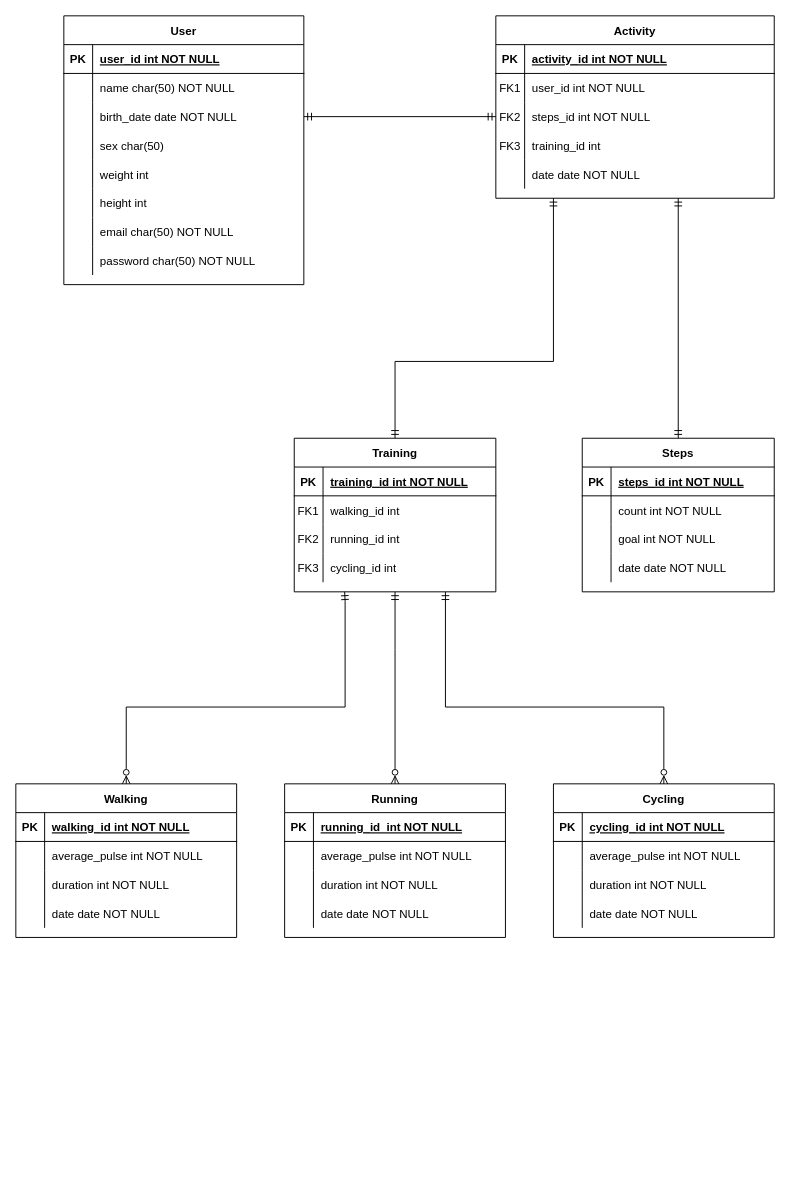
This is Diagrams/data-base-diagram.drawio from gawlowski-mateusz/Health-Monitor, a draw.io file, before an edit. Source tidied: cells renumbered, new cells numbered last; positions are measured from the earlier drawing's top-left corner, leaving out a move shared by most shapes. Both pictures are drawn from the tidied source at 96%, with x=0, y=0 at pixel (15, 15).
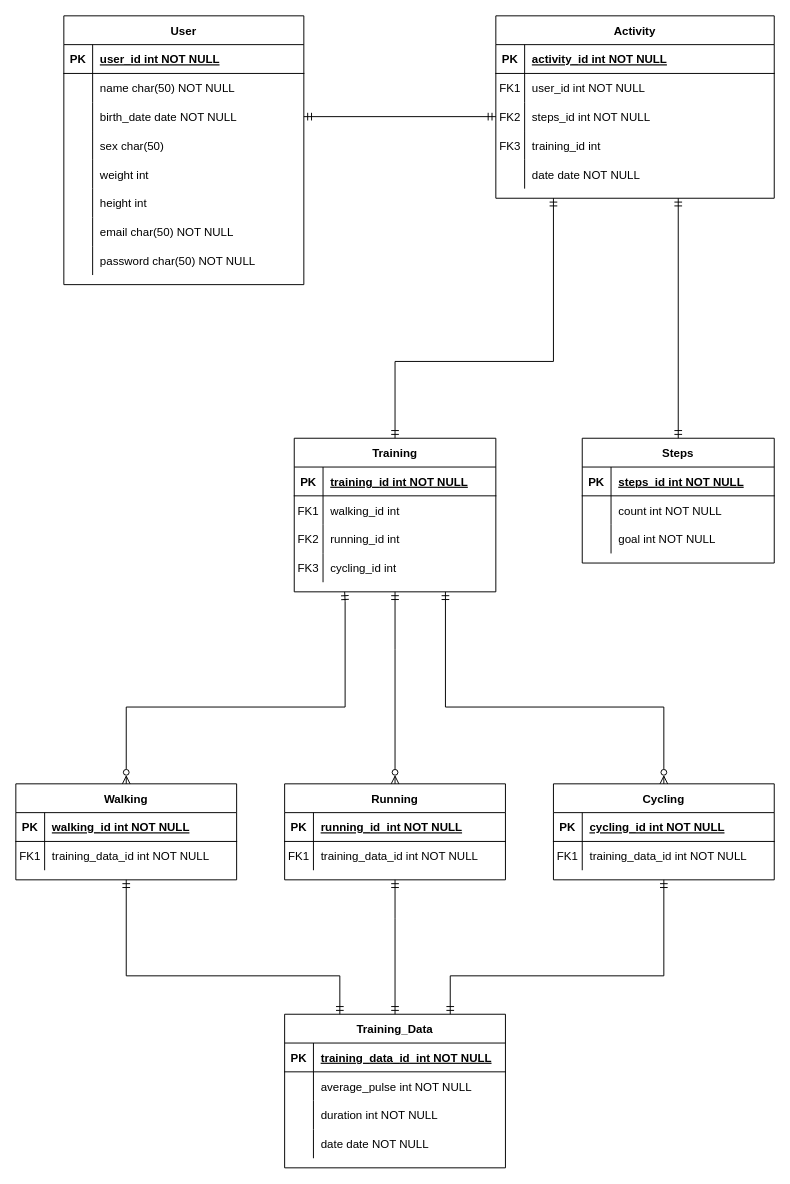
Above is the later version.

Commit message:
Diagrams : Diagram update

The change refers to these unchanged cells:
```xml
<mxCell id="76" style="shape=partialRectangle;fillColor=none;top=0;left=0;right=0;bottom=0;" parent="72" vertex="1">
  <mxGeometry y="60" width="230" height="30" as="geometry" />
</mxCell>
<mxCell id="89" style="shape=partialRectangle;fillColor=none;top=0;left=0;right=0;bottom=0;" parent="85" vertex="1">
  <mxGeometry y="60" width="230" height="30" as="geometry" />
</mxCell>
<mxCell id="102" style="shape=partialRectangle;fillColor=none;top=0;left=0;right=0;bottom=0;" parent="98" vertex="1">
  <mxGeometry y="60" width="230" height="30" as="geometry" />
</mxCell>
```

What changed in the source:
```diff
@@
     <mxCell id="57" value="Steps" style="shape=table;startSize=30;childLayout=tableLayout;rowLines=0;fontStyle=1;align=center;" parent="1" vertex="1">
-      <mxGeometry x="590" y="440" width="200" height="160" as="geometry" />
+      <mxGeometry x="590" y="440" width="200" height="130" as="geometry" />
     </mxCell>
@@
-    <mxCell id="67" style="shape=partialRectangle;fillColor=none;top=0;left=0;right=0;bottom=0;" parent="57" vertex="1">
-      <mxGeometry y="120" width="200" height="30" as="geometry" />
-    </mxCell>
-    <mxCell id="68" style="shape=partialRectangle;overflow=hidden;fillColor=none;top=0;left=0;bottom=0;right=0;" parent="67" vertex="1">
-      <mxGeometry width="30" height="30" as="geometry" />
-    </mxCell>
-    <mxCell id="69" value="date date NOT NULL" style="shape=partialRectangle;overflow=hidden;fillColor=none;top=0;left=0;bottom=0;right=0;align=left;spacingLeft=6;" parent="67" vertex="1">
-      <mxGeometry x="30" width="170" height="30" as="geometry" />
-    </mxCell>
@@
     <mxCell id="72" value="Walking" style="shape=table;startSize=30;childLayout=tableLayout;rowLines=0;fontStyle=1;align=center;" parent="1" vertex="1">
-      <mxGeometry y="800" width="230" height="160" as="geometry" />
+      <mxGeometry y="800" width="230" height="100" as="geometry" />
     </mxCell>
@@
-    <mxCell id="77" style="shape=partialRectangle;overflow=hidden;fillColor=none;top=0;left=0;bottom=0;right=0;" parent="76" vertex="1">
+    <mxCell id="77" value="FK1" style="shape=partialRectangle;overflow=hidden;fillColor=none;top=0;left=0;bottom=0;right=0;" parent="76" vertex="1">
       <mxGeometry width="30" height="30" as="geometry" />
     </mxCell>
-    <mxCell id="78" value="average_pulse int NOT NULL" style="shape=partialRectangle;overflow=hidden;fillColor=none;top=0;left=0;bottom=0;right=0;align=left;spacingLeft=6;" parent="76" vertex="1">
+    <mxCell id="78" value="training_data_id int NOT NULL" style="shape=partialRectangle;overflow=hidden;fillColor=none;top=0;left=0;bottom=0;right=0;align=left;spacingLeft=6;" parent="76" vertex="1">
       <mxGeometry x="30" width="200" height="30" as="geometry" />
     </mxCell>
-    <mxCell id="79" style="shape=partialRectangle;fillColor=none;top=0;left=0;right=0;bottom=0;" parent="72" vertex="1">
-      <mxGeometry y="90" width="230" height="30" as="geometry" />
-    </mxCell>
-    <mxCell id="80" style="shape=partialRectangle;overflow=hidden;fillColor=none;top=0;left=0;bottom=0;right=0;" parent="79" vertex="1">
-      <mxGeometry width="30" height="30" as="geometry" />
-    </mxCell>
-    <mxCell id="81" value="duration int NOT NULL" style="shape=partialRectangle;overflow=hidden;fillColor=none;top=0;left=0;bottom=0;right=0;align=left;spacingLeft=6;" parent="79" vertex="1">
-      <mxGeometry x="30" width="200" height="30" as="geometry" />
-    </mxCell>
-    <mxCell id="82" style="shape=partialRectangle;fillColor=none;top=0;left=0;right=0;bottom=0;" parent="72" vertex="1">
-      <mxGeometry y="120" width="230" height="30" as="geometry" />
-    </mxCell>
-    <mxCell id="83" style="shape=partialRectangle;overflow=hidden;fillColor=none;top=0;left=0;bottom=0;right=0;" parent="82" vertex="1">
-      <mxGeometry width="30" height="30" as="geometry" />
-    </mxCell>
-    <mxCell id="84" value="date date NOT NULL" style="shape=partialRectangle;overflow=hidden;fillColor=none;top=0;left=0;bottom=0;right=0;align=left;spacingLeft=6;" parent="82" vertex="1">
-      <mxGeometry x="30" width="200" height="30" as="geometry" />
-    </mxCell>
     <mxCell id="85" value="Running" style="shape=table;startSize=30;childLayout=tableLayout;rowLines=0;fontStyle=1;align=center;" parent="1" vertex="1">
-      <mxGeometry x="280" y="800" width="230" height="160" as="geometry" />
+      <mxGeometry x="280" y="800" width="230" height="100" as="geometry" />
     </mxCell>
@@
-    <mxCell id="90" style="shape=partialRectangle;overflow=hidden;fillColor=none;top=0;left=0;bottom=0;right=0;" parent="89" vertex="1">
+    <mxCell id="90" value="FK1" style="shape=partialRectangle;overflow=hidden;fillColor=none;top=0;left=0;bottom=0;right=0;" parent="89" vertex="1">
       <mxGeometry width="30" height="30" as="geometry" />
     </mxCell>
-    <mxCell id="91" value="average_pulse int NOT NULL" style="shape=partialRectangle;overflow=hidden;fillColor=none;top=0;left=0;bottom=0;right=0;align=left;spacingLeft=6;" parent="89" vertex="1">
+    <mxCell id="91" value="training_data_id int NOT NULL" style="shape=partialRectangle;overflow=hidden;fillColor=none;top=0;left=0;bottom=0;right=0;align=left;spacingLeft=6;" parent="89" vertex="1">
       <mxGeometry x="30" width="200" height="30" as="geometry" />
     </mxCell>
-    <mxCell id="92" style="shape=partialRectangle;fillColor=none;top=0;left=0;right=0;bottom=0;" parent="85" vertex="1">
-      <mxGeometry y="90" width="230" height="30" as="geometry" />
-    </mxCell>
-    <mxCell id="93" style="shape=partialRectangle;overflow=hidden;fillColor=none;top=0;left=0;bottom=0;right=0;" parent="92" vertex="1">
-      <mxGeometry width="30" height="30" as="geometry" />
-    </mxCell>
-    <mxCell id="94" value="duration int NOT NULL" style="shape=partialRectangle;overflow=hidden;fillColor=none;top=0;left=0;bottom=0;right=0;align=left;spacingLeft=6;" parent="92" vertex="1">
-      <mxGeometry x="30" width="200" height="30" as="geometry" />
-    </mxCell>
-    <mxCell id="95" style="shape=partialRectangle;fillColor=none;top=0;left=0;right=0;bottom=0;" parent="85" vertex="1">
-      <mxGeometry y="120" width="230" height="30" as="geometry" />
-    </mxCell>
-    <mxCell id="96" style="shape=partialRectangle;overflow=hidden;fillColor=none;top=0;left=0;bottom=0;right=0;" parent="95" vertex="1">
-      <mxGeometry width="30" height="30" as="geometry" />
-    </mxCell>
-    <mxCell id="97" value="date date NOT NULL" style="shape=partialRectangle;overflow=hidden;fillColor=none;top=0;left=0;bottom=0;right=0;align=left;spacingLeft=6;" parent="95" vertex="1">
-      <mxGeometry x="30" width="200" height="30" as="geometry" />
-    </mxCell>
     <mxCell id="98" value="Cycling" style="shape=table;startSize=30;childLayout=tableLayout;rowLines=0;fontStyle=1;align=center;" parent="1" vertex="1">
-      <mxGeometry x="560" y="800" width="230" height="160" as="geometry" />
+      <mxGeometry x="560" y="800" width="230" height="100" as="geometry" />
     </mxCell>
@@
-    <mxCell id="103" style="shape=partialRectangle;overflow=hidden;fillColor=none;top=0;left=0;bottom=0;right=0;" parent="102" vertex="1">
+    <mxCell id="103" value="FK1" style="shape=partialRectangle;overflow=hidden;fillColor=none;top=0;left=0;bottom=0;right=0;" parent="102" vertex="1">
       <mxGeometry width="30" height="30" as="geometry" />
     </mxCell>
-    <mxCell id="104" value="average_pulse int NOT NULL" style="shape=partialRectangle;overflow=hidden;fillColor=none;top=0;left=0;bottom=0;right=0;align=left;spacingLeft=6;" parent="102" vertex="1">
+    <mxCell id="104" value="training_data_id int NOT NULL" style="shape=partialRectangle;overflow=hidden;fillColor=none;top=0;left=0;bottom=0;right=0;align=left;spacingLeft=6;" parent="102" vertex="1">
       <mxGeometry x="30" width="200" height="30" as="geometry" />
     </mxCell>
-    <mxCell id="105" style="shape=partialRectangle;fillColor=none;top=0;left=0;right=0;bottom=0;" parent="98" vertex="1">
-      <mxGeometry y="90" width="230" height="30" as="geometry" />
-    </mxCell>
-    <mxCell id="106" style="shape=partialRectangle;overflow=hidden;fillColor=none;top=0;left=0;bottom=0;right=0;" parent="105" vertex="1">
-      <mxGeometry width="30" height="30" as="geometry" />
-    </mxCell>
-    <mxCell id="107" value="duration int NOT NULL" style="shape=partialRectangle;overflow=hidden;fillColor=none;top=0;left=0;bottom=0;right=0;align=left;spacingLeft=6;" parent="105" vertex="1">
-      <mxGeometry x="30" width="200" height="30" as="geometry" />
-    </mxCell>
-    <mxCell id="108" style="shape=partialRectangle;fillColor=none;top=0;left=0;right=0;bottom=0;" parent="98" vertex="1">
-      <mxGeometry y="120" width="230" height="30" as="geometry" />
-    </mxCell>
-    <mxCell id="109" style="shape=partialRectangle;overflow=hidden;fillColor=none;top=0;left=0;bottom=0;right=0;" parent="108" vertex="1">
-      <mxGeometry width="30" height="30" as="geometry" />
-    </mxCell>
-    <mxCell id="110" value="date date NOT NULL" style="shape=partialRectangle;overflow=hidden;fillColor=none;top=0;left=0;bottom=0;right=0;align=left;spacingLeft=6;" parent="108" vertex="1">
-      <mxGeometry x="30" width="200" height="30" as="geometry" />
-    </mxCell>
@@
+    <mxCell id="114" value="Training_Data" style="shape=table;startSize=30;childLayout=tableLayout;rowLines=0;fontStyle=1;align=center;" parent="1" vertex="1">
+      <mxGeometry x="280" y="1040" width="230" height="160" as="geometry" />
+    </mxCell>
+    <mxCell id="115" style="shape=partialRectangle;fillColor=none;top=0;left=0;right=0;bottom=1;" parent="114" vertex="1">
+      <mxGeometry y="30" width="230" height="30" as="geometry" />
+    </mxCell>
+    <mxCell id="116" value="PK" style="shape=partialRectangle;overflow=hidden;fillColor=none;top=0;left=0;bottom=0;right=0;fontStyle=1;" parent="115" vertex="1">
+      <mxGeometry width="30" height="30" as="geometry" />
+    </mxCell>
+    <mxCell id="117" value="training_data_id  int NOT NULL " style="shape=partialRectangle;overflow=hidden;fillColor=none;top=0;left=0;bottom=0;right=0;align=left;spacingLeft=6;fontStyle=5;" parent="115" vertex="1">
+      <mxGeometry x="30" width="200" height="30" as="geometry" />
+    </mxCell>
+    <mxCell id="118" style="shape=partialRectangle;fillColor=none;top=0;left=0;right=0;bottom=0;" parent="114" vertex="1">
+      <mxGeometry y="60" width="230" height="30" as="geometry" />
+    </mxCell>
+    <mxCell id="119" style="shape=partialRectangle;overflow=hidden;fillColor=none;top=0;left=0;bottom=0;right=0;" parent="118" vertex="1">
+      <mxGeometry width="30" height="30" as="geometry" />
+    </mxCell>
+    <mxCell id="120" value="average_pulse int NOT NULL" style="shape=partialRectangle;overflow=hidden;fillColor=none;top=0;left=0;bottom=0;right=0;align=left;spacingLeft=6;" parent="118" vertex="1">
+      <mxGeometry x="30" width="200" height="30" as="geometry" />
+    </mxCell>
+    <mxCell id="121" style="shape=partialRectangle;fillColor=none;top=0;left=0;right=0;bottom=0;" parent="114" vertex="1">
+      <mxGeometry y="90" width="230" height="30" as="geometry" />
+    </mxCell>
+    <mxCell id="122" style="shape=partialRectangle;overflow=hidden;fillColor=none;top=0;left=0;bottom=0;right=0;" parent="121" vertex="1">
+      <mxGeometry width="30" height="30" as="geometry" />
+    </mxCell>
+    <mxCell id="123" value="duration int NOT NULL" style="shape=partialRectangle;overflow=hidden;fillColor=none;top=0;left=0;bottom=0;right=0;align=left;spacingLeft=6;" parent="121" vertex="1">
+      <mxGeometry x="30" width="200" height="30" as="geometry" />
+    </mxCell>
+    <mxCell id="124" style="shape=partialRectangle;fillColor=none;top=0;left=0;right=0;bottom=0;" parent="114" vertex="1">
+      <mxGeometry y="120" width="230" height="30" as="geometry" />
+    </mxCell>
+    <mxCell id="125" style="shape=partialRectangle;overflow=hidden;fillColor=none;top=0;left=0;bottom=0;right=0;" parent="124" vertex="1">
+      <mxGeometry width="30" height="30" as="geometry" />
+    </mxCell>
+    <mxCell id="126" value="date date NOT NULL" style="shape=partialRectangle;overflow=hidden;fillColor=none;top=0;left=0;bottom=0;right=0;align=left;spacingLeft=6;" parent="124" vertex="1">
+      <mxGeometry x="30" width="200" height="30" as="geometry" />
+    </mxCell>
+    <mxCell id="127" style="edgeStyle=orthogonalEdgeStyle;rounded=0;jettySize=auto;html=1;entryX=0.5;entryY=1;entryDx=0;entryDy=0;startArrow=ERmandOne;startFill=0;endArrow=ERmandOne;endFill=0;fontStyle=1;exitX=0.25;exitY=0;exitDx=0;exitDy=0;" parent="1" edge="1" source="114" target="72">
+      <mxGeometry relative="1" as="geometry">
+        <Array as="points">
+          <mxPoint x="338" y="1000" />
+          <mxPoint x="115" y="1000" />
+        </Array>
+      </mxGeometry>
+    </mxCell>
+    <mxCell id="128" style="edgeStyle=orthogonalEdgeStyle;rounded=0;jettySize=auto;html=1;entryX=0.5;entryY=1;entryDx=0;entryDy=0;startArrow=ERmandOne;startFill=0;endArrow=ERmandOne;endFill=0;fontStyle=1;exitX=0.5;exitY=0;exitDx=0;exitDy=0;" parent="1" edge="1" source="114" target="85">
+      <mxGeometry relative="1" as="geometry">
+        <Array as="points">
+          <mxPoint x="395" y="940" />
+          <mxPoint x="395" y="940" />
+        </Array>
+      </mxGeometry>
+    </mxCell>
+    <mxCell id="129" style="edgeStyle=orthogonalEdgeStyle;rounded=0;jettySize=auto;html=1;entryX=0.5;entryY=1;entryDx=0;entryDy=0;startArrow=ERmandOne;startFill=0;endArrow=ERmandOne;endFill=0;fontStyle=1;exitX=0.75;exitY=0;exitDx=0;exitDy=0;" parent="1" edge="1" source="114" target="98">
+      <mxGeometry relative="1" as="geometry">
+        <Array as="points">
+          <mxPoint x="453" y="1000" />
+          <mxPoint x="675" y="1000" />
+        </Array>
+      </mxGeometry>
+    </mxCell>
```
